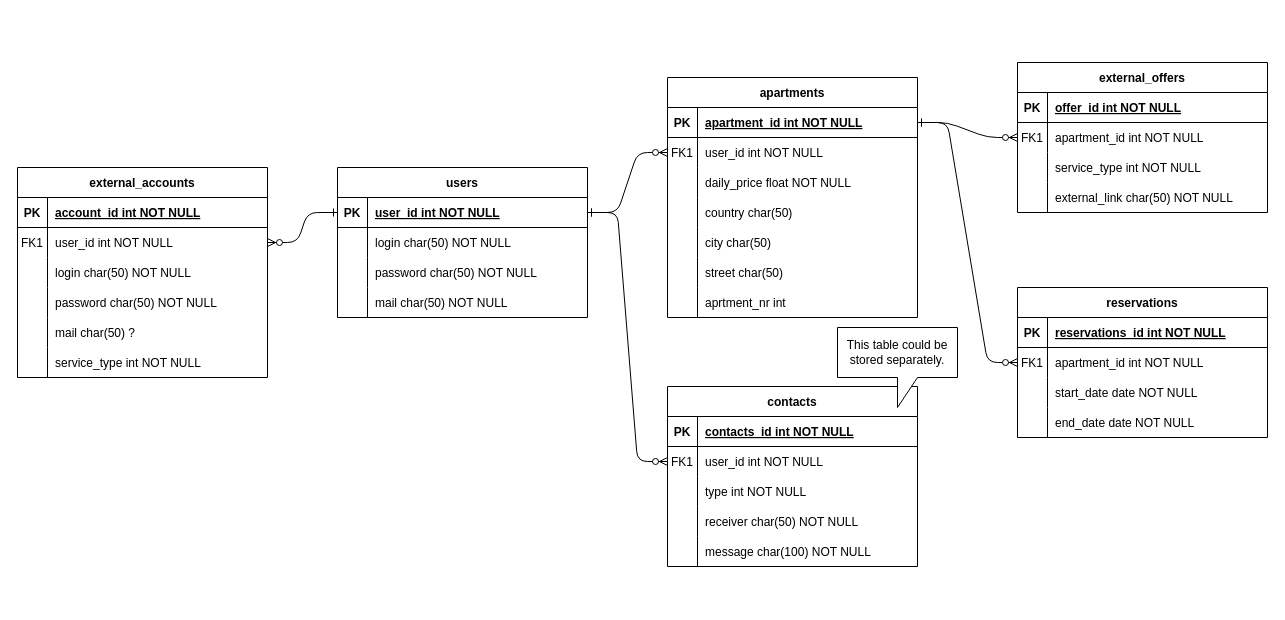
This is diagrams/database/ApartDb.drawio from Inzynierka2k24/inzynierka, a draw.io file, before an edit. Source tidied: cells renumbered, new cells numbered last; positions are measured from the earlier drawing's top-left corner, leaving out a move shared by most shapes. Both pictures are drawn from the tidied source at 100%, with x=0, y=0 at pixel (17, -118).
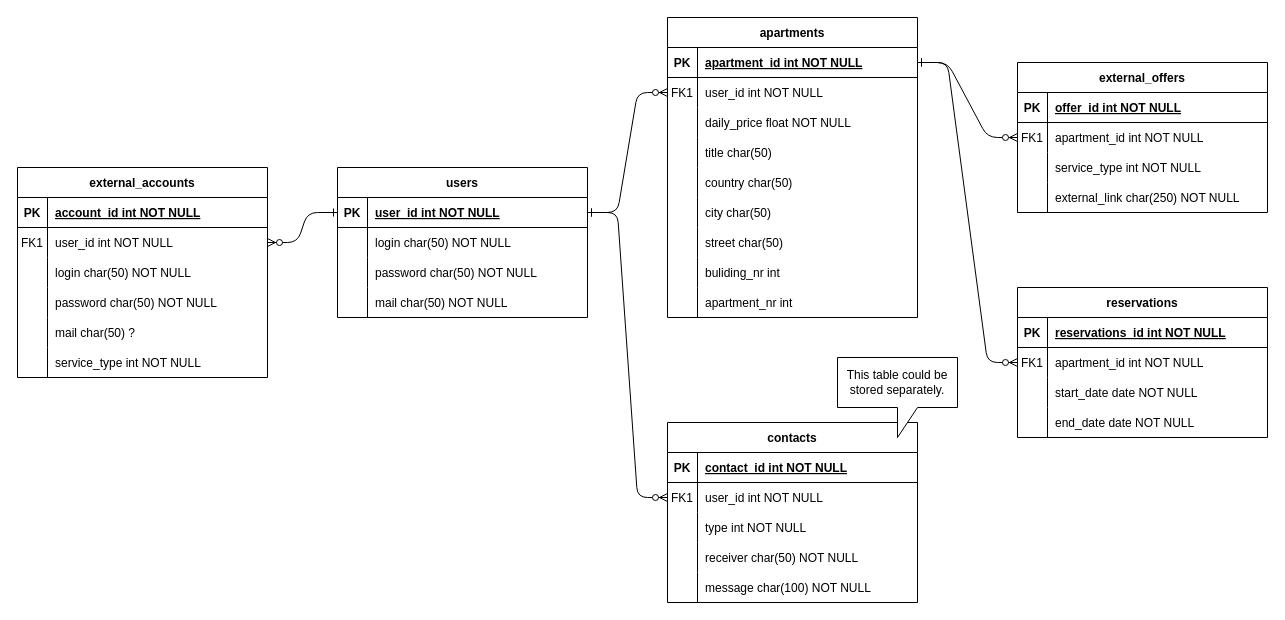
The same page after the edit.

Commit message (it also covers changes not shown here):
Created script for creating tables

The change refers to these unchanged cells:
```xml
<mxCell id="3" style="shape=partialRectangle;fillColor=none;top=0;left=0;right=0;bottom=1;" parent="2" vertex="1">
  <mxGeometry y="30" width="250" height="30" as="geometry" />
</mxCell>
<mxCell id="30" style="shape=partialRectangle;fillColor=none;top=0;left=0;right=0;bottom=0;" parent="20" vertex="1">
  <mxGeometry y="120" width="250" height="30" as="geometry" />
</mxCell>
<mxCell id="33" style="shape=partialRectangle;fillColor=none;top=0;left=0;right=0;bottom=0;" parent="20" vertex="1">
  <mxGeometry y="150" width="250" height="30" as="geometry" />
</mxCell>
<mxCell id="36" style="shape=partialRectangle;fillColor=none;top=0;left=0;right=0;bottom=0;" parent="20" vertex="1">
  <mxGeometry y="180" width="250" height="30" as="geometry" />
</mxCell>
<mxCell id="39" style="shape=partialRectangle;fillColor=none;top=0;left=0;right=0;bottom=0;" parent="20" vertex="1">
  <mxGeometry y="210" width="250" height="30" as="geometry" />
</mxCell>
<mxCell id="99" style="shape=partialRectangle;fillColor=none;top=0;left=0;right=0;bottom=0;" parent="89" vertex="1">
  <mxGeometry y="120" width="250" height="30" as="geometry" />
</mxCell>
```

What changed in the source:
```diff
@@
     <mxCell id="2" value="contacts" style="shape=table;startSize=30;childLayout=tableLayout;rowLines=0;fontStyle=1;align=center;" parent="1" vertex="1">
-      <mxGeometry x="650" y="504" width="250" height="180" as="geometry" />
+      <mxGeometry x="650" y="540" width="250" height="180" as="geometry" />
     </mxCell>
@@
-    <mxCell id="5" value="contacts_id int NOT NULL" style="shape=partialRectangle;overflow=hidden;fillColor=none;top=0;left=0;bottom=0;right=0;align=left;spacingLeft=6;fontStyle=5;" parent="3" vertex="1">
+    <mxCell id="5" value="contact_id int NOT NULL" style="shape=partialRectangle;overflow=hidden;fillColor=none;top=0;left=0;bottom=0;right=0;align=left;spacingLeft=6;fontStyle=5;" parent="3" vertex="1">
       <mxGeometry x="30" width="220" height="30" as="geometry" />
     </mxCell>
@@
     <mxCell id="20" value="apartments" style="shape=table;startSize=30;childLayout=tableLayout;rowLines=0;fontStyle=1;align=center;" parent="1" vertex="1">
-      <mxGeometry x="650" y="195" width="250" height="240" as="geometry" />
+      <mxGeometry x="650" y="135" width="250" height="300" as="geometry" />
     </mxCell>
@@
-    <mxCell id="32" value="country char(50)" style="shape=partialRectangle;overflow=hidden;fillColor=none;top=0;left=0;bottom=0;right=0;align=left;spacingLeft=6;" parent="30" vertex="1">
+    <mxCell id="32" value="title char(50)" style="shape=partialRectangle;overflow=hidden;fillColor=none;top=0;left=0;bottom=0;right=0;align=left;spacingLeft=6;" parent="30" vertex="1">
       <mxGeometry x="30" width="220" height="30" as="geometry" />
     </mxCell>
@@
-    <mxCell id="35" value="city char(50)" style="shape=partialRectangle;overflow=hidden;fillColor=none;top=0;left=0;bottom=0;right=0;align=left;spacingLeft=6;" parent="33" vertex="1">
+    <mxCell id="35" value="country char(50)" style="shape=partialRectangle;overflow=hidden;fillColor=none;top=0;left=0;bottom=0;right=0;align=left;spacingLeft=6;" parent="33" vertex="1">
       <mxGeometry x="30" width="220" height="30" as="geometry" />
     </mxCell>
@@
-    <mxCell id="38" value="street char(50)" style="shape=partialRectangle;overflow=hidden;fillColor=none;top=0;left=0;bottom=0;right=0;align=left;spacingLeft=6;" parent="36" vertex="1">
+    <mxCell id="38" value="city char(50)" style="shape=partialRectangle;overflow=hidden;fillColor=none;top=0;left=0;bottom=0;right=0;align=left;spacingLeft=6;" parent="36" vertex="1">
       <mxGeometry x="30" width="220" height="30" as="geometry" />
     </mxCell>
@@
-    <mxCell id="41" value="aprtment_nr int" style="shape=partialRectangle;overflow=hidden;fillColor=none;top=0;left=0;bottom=0;right=0;align=left;spacingLeft=6;" parent="39" vertex="1">
+    <mxCell id="41" value="street char(50)" style="shape=partialRectangle;overflow=hidden;fillColor=none;top=0;left=0;bottom=0;right=0;align=left;spacingLeft=6;" parent="39" vertex="1">
       <mxGeometry x="30" width="220" height="30" as="geometry" />
     </mxCell>
+    <mxCell id="105" style="shape=partialRectangle;fillColor=none;top=0;left=0;right=0;bottom=0;" parent="20" vertex="1">
+      <mxGeometry y="240" width="250" height="30" as="geometry" />
+    </mxCell>
+    <mxCell id="106" style="shape=partialRectangle;overflow=hidden;fillColor=none;top=0;left=0;bottom=0;right=0;" parent="105" vertex="1">
+      <mxGeometry width="30" height="30" as="geometry" />
+    </mxCell>
+    <mxCell id="107" value="buliding_nr int" style="shape=partialRectangle;overflow=hidden;fillColor=none;top=0;left=0;bottom=0;right=0;align=left;spacingLeft=6;" parent="105" vertex="1">
+      <mxGeometry x="30" width="220" height="30" as="geometry" />
+    </mxCell>
+    <mxCell id="108" style="shape=partialRectangle;fillColor=none;top=0;left=0;right=0;bottom=0;" parent="20" vertex="1">
+      <mxGeometry y="270" width="250" height="30" as="geometry" />
+    </mxCell>
+    <mxCell id="109" style="shape=partialRectangle;overflow=hidden;fillColor=none;top=0;left=0;bottom=0;right=0;" parent="108" vertex="1">
+      <mxGeometry width="30" height="30" as="geometry" />
+    </mxCell>
+    <mxCell id="110" value="apartment_nr int" style="shape=partialRectangle;overflow=hidden;fillColor=none;top=0;left=0;bottom=0;right=0;align=left;spacingLeft=6;" parent="108" vertex="1">
+      <mxGeometry x="30" width="220" height="30" as="geometry" />
+    </mxCell>
@@
-    <mxCell id="101" value="external_link char(50) NOT NULL" style="shape=partialRectangle;overflow=hidden;fillColor=none;top=0;left=0;bottom=0;right=0;align=left;spacingLeft=6;" parent="99" vertex="1">
+    <mxCell id="101" value="external_link char(250) NOT NULL" style="shape=partialRectangle;overflow=hidden;fillColor=none;top=0;left=0;bottom=0;right=0;align=left;spacingLeft=6;" parent="99" vertex="1">
       <mxGeometry x="30" width="220" height="30" as="geometry" />
     </mxCell>
@@
     <mxCell id="104" value="This table could be stored separately." style="shape=callout;whiteSpace=wrap;html=1;perimeter=calloutPerimeter;" parent="1" vertex="1">
-      <mxGeometry x="820" y="445" width="120" height="80" as="geometry" />
+      <mxGeometry x="820" y="475" width="120" height="80" as="geometry" />
     </mxCell>
```
